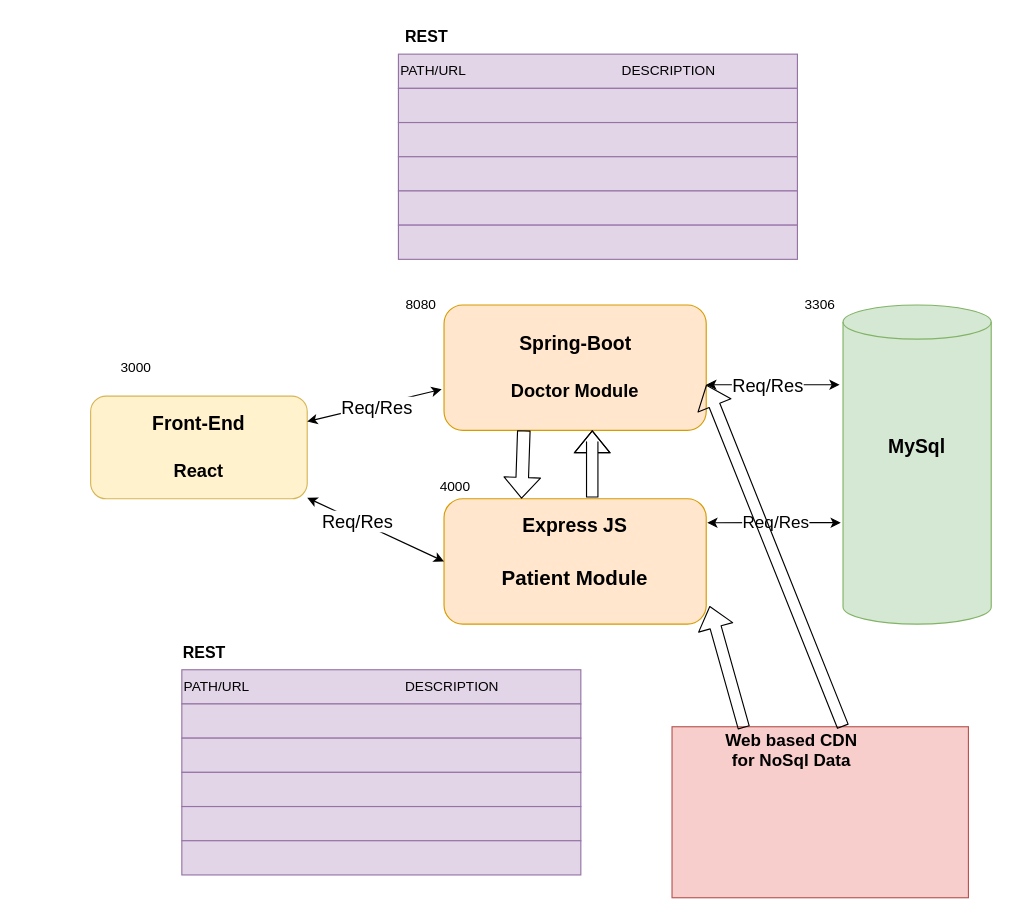
The draw.io diagram database/diag/architecture-diag.drawio in cdacproject786/PROJECT-DOCUMENTATION-MODULE, before the edit. Source tidied: cells renumbered, new cells numbered last; positions are measured from the earlier drawing's top-left corner, leaving out a move shared by most shapes. Both pictures are drawn from the tidied source at 114%, with x=0, y=0 at pixel (90, 19).
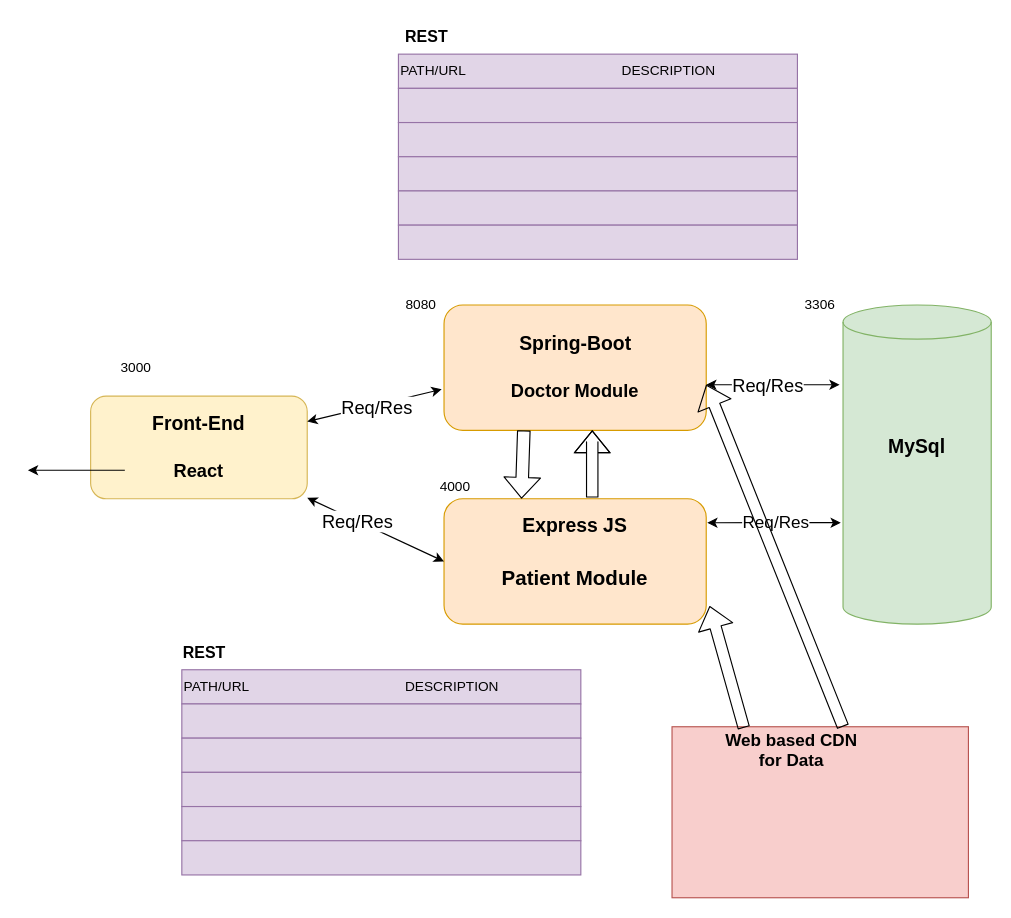
Above is the later version.

Unchanged cells that the change refers to:
```xml
<mxCell id="20" value="&lt;font style=&quot;font-size: 16px&quot;&gt;&lt;b&gt;React&lt;/b&gt;&lt;/font&gt;" style="text;html=1;strokeColor=none;fillColor=none;align=center;verticalAlign=middle;whiteSpace=wrap;rounded=0;" parent="1" vertex="1">
  <mxGeometry x="30" y="380" width="130" height="30" as="geometry" />
</mxCell>
```

What changed in the source:
```diff
@@
+    <mxCell id="45" style="edgeStyle=orthogonalEdgeStyle;rounded=0;jettySize=auto;html=1;" parent="1" edge="1" source="20">
+      <mxGeometry relative="1" as="geometry">
+        <mxPoint x="-55" y="395" as="targetPoint" />
+      </mxGeometry>
+    </mxCell>
@@
-    <mxCell id="22" value="&lt;b&gt;&lt;font style=&quot;font-size: 15px&quot;&gt;Web based CDN for NoSql Data&lt;/font&gt;&lt;/b&gt;" style="text;html=1;strokeColor=none;fillColor=none;align=center;verticalAlign=middle;whiteSpace=wrap;rounded=0;" parent="1" vertex="1">
+    <mxCell id="22" value="&lt;b&gt;&lt;font style=&quot;font-size: 15px&quot;&gt;Web based CDN for Data&lt;/font&gt;&lt;/b&gt;" style="text;html=1;strokeColor=none;fillColor=none;align=center;verticalAlign=middle;whiteSpace=wrap;rounded=0;" parent="1" vertex="1">
       <mxGeometry x="550" y="620" width="130" height="40" as="geometry" />
     </mxCell>
```
